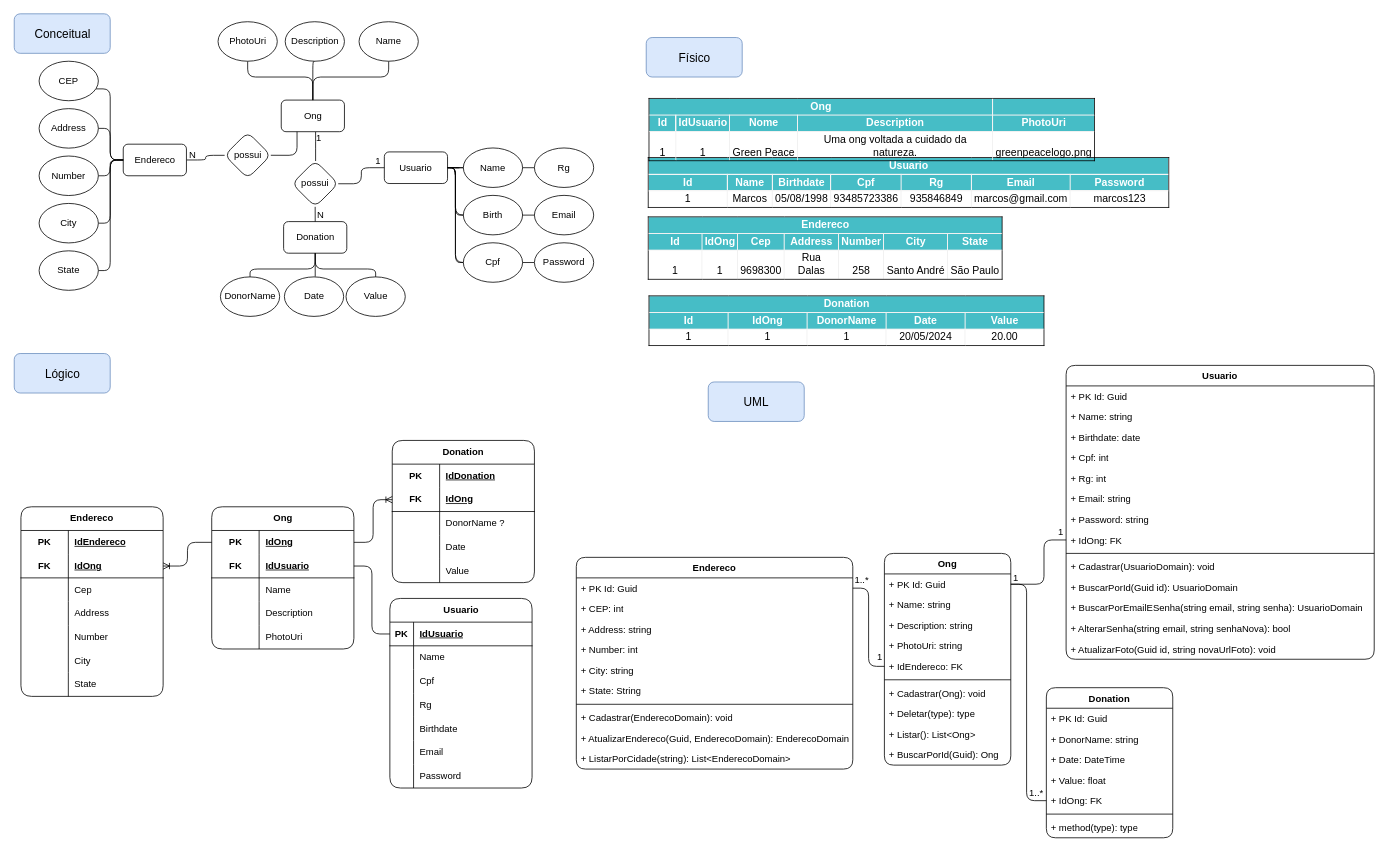
Earlier version of the draw.io diagram diagrama banco hope hand.drawio (guilhermemonte21/hope-hand). Source tidied: cells renumbered, new cells numbered last; positions are measured from the earlier drawing's top-left corner, leaving out a move shared by most shapes. Both pictures are drawn from the tidied source at 79%, with x=0, y=0 at pixel (13, 13).
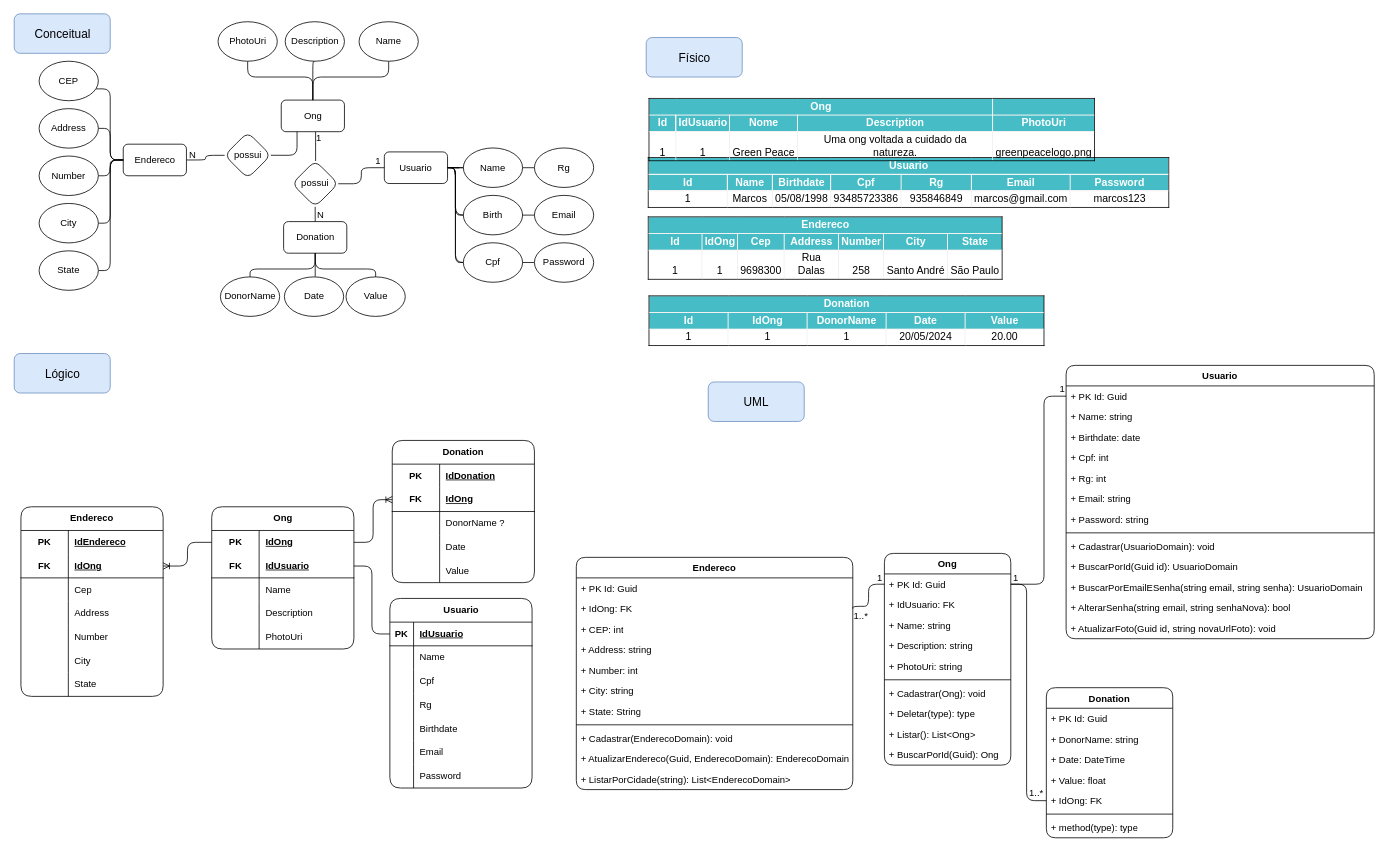
After the change.

Commit message:
Ajustado erros UML

Unchanged cells that the change refers to:
```xml
<mxCell id="2" value="Ong" style="swimlane;fontStyle=1;align=center;verticalAlign=top;horizontal=1;startSize=26;whiteSpace=wrap;html=1;rounded=1;" parent="1" vertex="1">
  <mxGeometry x="1102" y="683" width="160" height="268" as="geometry" />
</mxCell>
<mxCell id="3" value="+ PK Id: Guid" style="text;strokeColor=none;fillColor=none;align=left;verticalAlign=top;spacingLeft=4;spacingRight=4;overflow=hidden;points=[[0,0.5],[1,0.5]];portConstraint=eastwest;whiteSpace=wrap;html=1;rounded=1;" parent="2" vertex="1">
  <mxGeometry y="26" width="160" height="26" as="geometry" />
</mxCell>
<mxCell id="14" value="+ PK Id: Guid" style="text;strokeColor=none;fillColor=none;align=left;verticalAlign=top;spacingLeft=4;spacingRight=4;overflow=hidden;points=[[0,0.5],[1,0.5]];portConstraint=eastwest;whiteSpace=wrap;html=1;rounded=1;" parent="13" vertex="1">
  <mxGeometry y="26" width="350" height="26" as="geometry" />
</mxCell>
<mxCell id="25" value="+ PK Id: Guid" style="text;strokeColor=none;fillColor=none;align=left;verticalAlign=top;spacingLeft=4;spacingRight=4;overflow=hidden;points=[[0,0.5],[1,0.5]];portConstraint=eastwest;whiteSpace=wrap;html=1;rounded=1;" parent="24" vertex="1">
  <mxGeometry y="26" width="390" height="26" as="geometry" />
</mxCell>
```

The edit, as a diff of the source:
```diff
@@
+    <mxCell id="191" value="+ IdUsuario: FK" style="text;strokeColor=none;fillColor=none;align=left;verticalAlign=top;spacingLeft=4;spacingRight=4;overflow=hidden;whiteSpace=wrap;html=1;rounded=1;" parent="2" vertex="1">
+      <mxGeometry y="52" width="160" height="26" as="geometry" />
+    </mxCell>
     <mxCell id="4" value="+ Name: string" style="text;strokeColor=none;fillColor=none;align=left;verticalAlign=top;spacingLeft=4;spacingRight=4;overflow=hidden;whiteSpace=wrap;html=1;rounded=1;" parent="2" vertex="1">
-      <mxGeometry y="52" width="160" height="26" as="geometry" />
+      <mxGeometry y="78" width="160" height="26" as="geometry" />
     </mxCell>
     <mxCell id="5" value="+ Description: string" style="text;strokeColor=none;fillColor=none;align=left;verticalAlign=top;spacingLeft=4;spacingRight=4;overflow=hidden;whiteSpace=wrap;html=1;rounded=1;" parent="2" vertex="1">
-      <mxGeometry y="78" width="160" height="26" as="geometry" />
+      <mxGeometry y="104" width="160" height="26" as="geometry" />
     </mxCell>
     <mxCell id="6" value="+ PhotoUri: string" style="text;strokeColor=none;fillColor=none;align=left;verticalAlign=top;spacingLeft=4;spacingRight=4;overflow=hidden;whiteSpace=wrap;html=1;rounded=1;" parent="2" vertex="1">
-      <mxGeometry y="104" width="160" height="26" as="geometry" />
+      <mxGeometry y="130" width="160" height="26" as="geometry" />
     </mxCell>
-    <mxCell id="7" value="+ IdEndereco: FK" style="text;strokeColor=none;fillColor=none;align=left;verticalAlign=top;spacingLeft=4;spacingRight=4;overflow=hidden;points=[[0,0.5],[1,0.5]];portConstraint=eastwest;whiteSpace=wrap;html=1;rounded=1;" parent="2" vertex="1">
-      <mxGeometry y="130" width="160" height="26" as="geometry" />
-    </mxCell>
@@
     <mxCell id="13" value="Endereco" style="swimlane;fontStyle=1;align=center;verticalAlign=top;horizontal=1;startSize=26;whiteSpace=wrap;html=1;rounded=1;" parent="1" vertex="1">
-      <mxGeometry x="712" y="688" width="350" height="268" as="geometry" />
+      <mxGeometry x="712" y="688" width="350" height="294" as="geometry" />
     </mxCell>
@@
+    <mxCell id="32" value="+ IdOng: FK" style="text;strokeColor=none;fillColor=none;align=left;verticalAlign=top;spacingLeft=4;spacingRight=4;overflow=hidden;points=[[0,0.5],[1,0.5]];portConstraint=eastwest;whiteSpace=wrap;html=1;rounded=1;" parent="13" vertex="1">
+      <mxGeometry y="52" width="350" height="26" as="geometry" />
+    </mxCell>
     <mxCell id="15" value="+ CEP: int" style="text;strokeColor=none;fillColor=none;align=left;verticalAlign=top;spacingLeft=4;spacingRight=4;overflow=hidden;whiteSpace=wrap;html=1;rounded=1;" parent="13" vertex="1">
-      <mxGeometry y="52" width="350" height="26" as="geometry" />
+      <mxGeometry y="78" width="350" height="26" as="geometry" />
     </mxCell>
     <mxCell id="16" value="+ Address: string" style="text;strokeColor=none;fillColor=none;align=left;verticalAlign=top;spacingLeft=4;spacingRight=4;overflow=hidden;whiteSpace=wrap;html=1;rounded=1;" parent="13" vertex="1">
-      <mxGeometry y="78" width="350" height="26" as="geometry" />
+      <mxGeometry y="104" width="350" height="26" as="geometry" />
     </mxCell>
     <mxCell id="17" value="+ Number: int" style="text;strokeColor=none;fillColor=none;align=left;verticalAlign=top;spacingLeft=4;spacingRight=4;overflow=hidden;whiteSpace=wrap;html=1;rounded=1;" parent="13" vertex="1">
-      <mxGeometry y="104" width="350" height="26" as="geometry" />
+      <mxGeometry y="130" width="350" height="26" as="geometry" />
     </mxCell>
     <mxCell id="18" value="+ City: string" style="text;strokeColor=none;fillColor=none;align=left;verticalAlign=top;spacingLeft=4;spacingRight=4;overflow=hidden;whiteSpace=wrap;html=1;rounded=1;" parent="13" vertex="1">
-      <mxGeometry y="130" width="350" height="26" as="geometry" />
+      <mxGeometry y="156" width="350" height="26" as="geometry" />
     </mxCell>
     <mxCell id="19" value="+ State: String" style="text;strokeColor=none;fillColor=none;align=left;verticalAlign=top;spacingLeft=4;spacingRight=4;overflow=hidden;whiteSpace=wrap;html=1;rounded=1;" parent="13" vertex="1">
-      <mxGeometry y="156" width="350" height="26" as="geometry" />
+      <mxGeometry y="182" width="350" height="26" as="geometry" />
     </mxCell>
     <mxCell id="20" style="line;strokeWidth=1;fillColor=none;align=left;verticalAlign=middle;spacingTop=-1;spacingLeft=3;spacingRight=3;labelPosition=right;strokeColor=inherit;rounded=1;" parent="13" vertex="1">
-      <mxGeometry y="182" width="350" height="8" as="geometry" />
+      <mxGeometry y="208" width="350" height="8" as="geometry" />
     </mxCell>
     <mxCell id="21" value="+ Cadastrar(EnderecoDomain): void" style="text;strokeColor=none;fillColor=none;align=left;verticalAlign=top;spacingLeft=4;spacingRight=4;overflow=hidden;whiteSpace=wrap;html=1;rounded=1;" parent="13" vertex="1">
-      <mxGeometry y="190" width="350" height="26" as="geometry" />
+      <mxGeometry y="216" width="350" height="26" as="geometry" />
     </mxCell>
     <mxCell id="22" value="+ AtualizarEndereco(Guid, EnderecoDomain): EnderecoDomain" style="text;strokeColor=none;fillColor=none;align=left;verticalAlign=top;spacingLeft=4;spacingRight=4;overflow=hidden;whiteSpace=wrap;html=1;rounded=1;" parent="13" vertex="1">
-      <mxGeometry y="216" width="350" height="26" as="geometry" />
+      <mxGeometry y="242" width="350" height="26" as="geometry" />
     </mxCell>
     <mxCell id="23" value="+ ListarPorCidade(string): List&amp;lt;EnderecoDomain&amp;gt;" style="text;strokeColor=none;fillColor=none;align=left;verticalAlign=top;spacingLeft=4;spacingRight=4;overflow=hidden;whiteSpace=wrap;html=1;rounded=1;" parent="13" vertex="1">
-      <mxGeometry y="242" width="350" height="26" as="geometry" />
+      <mxGeometry y="268" width="350" height="26" as="geometry" />
     </mxCell>
     <mxCell id="24" value="Usuario" style="swimlane;fontStyle=1;align=center;verticalAlign=top;horizontal=1;startSize=26;whiteSpace=wrap;html=1;rounded=1;" parent="1" vertex="1">
-      <mxGeometry x="1332" y="445" width="390" height="372" as="geometry" />
+      <mxGeometry x="1332" y="445" width="390" height="346" as="geometry" />
     </mxCell>
@@
-    <mxCell id="32" value="+ IdOng: FK" style="text;strokeColor=none;fillColor=none;align=left;verticalAlign=top;spacingLeft=4;spacingRight=4;overflow=hidden;points=[[0,0.5],[1,0.5]];portConstraint=eastwest;whiteSpace=wrap;html=1;rounded=1;" parent="24" vertex="1">
-      <mxGeometry y="208" width="390" height="26" as="geometry" />
-    </mxCell>
     <mxCell id="33" style="line;strokeWidth=1;fillColor=none;align=left;verticalAlign=middle;spacingTop=-1;spacingLeft=3;spacingRight=3;labelPosition=right;strokeColor=inherit;rounded=1;" parent="24" vertex="1">
-      <mxGeometry y="234" width="390" height="8" as="geometry" />
+      <mxGeometry y="208" width="390" height="8" as="geometry" />
     </mxCell>
     <mxCell id="34" value="+ Cadastrar(UsuarioDomain): void" style="text;strokeColor=none;fillColor=none;align=left;verticalAlign=top;spacingLeft=4;spacingRight=4;overflow=hidden;whiteSpace=wrap;html=1;rounded=1;" parent="24" vertex="1">
-      <mxGeometry y="242" width="390" height="26" as="geometry" />
+      <mxGeometry y="216" width="390" height="26" as="geometry" />
     </mxCell>
     <mxCell id="35" value="+ BuscarPorId(Guid id): UsuarioDomain" style="text;strokeColor=none;fillColor=none;align=left;verticalAlign=top;spacingLeft=4;spacingRight=4;overflow=hidden;whiteSpace=wrap;html=1;rounded=1;" parent="24" vertex="1">
-      <mxGeometry y="268" width="390" height="26" as="geometry" />
+      <mxGeometry y="242" width="390" height="26" as="geometry" />
     </mxCell>
     <mxCell id="36" value="+ BuscarPorEmailESenha(string email, string senha): UsuarioDomain" style="text;strokeColor=none;fillColor=none;align=left;verticalAlign=top;spacingLeft=4;spacingRight=4;overflow=hidden;whiteSpace=wrap;html=1;rounded=1;" parent="24" vertex="1">
-      <mxGeometry y="294" width="390" height="26" as="geometry" />
+      <mxGeometry y="268" width="390" height="26" as="geometry" />
     </mxCell>
     <mxCell id="37" value="+ AlterarSenha(string email, string senhaNova): bool" style="text;strokeColor=none;fillColor=none;align=left;verticalAlign=top;spacingLeft=4;spacingRight=4;overflow=hidden;whiteSpace=wrap;html=1;rounded=1;" parent="24" vertex="1">
-      <mxGeometry y="320" width="390" height="26" as="geometry" />
+      <mxGeometry y="294" width="390" height="26" as="geometry" />
     </mxCell>
     <mxCell id="38" value="+ AtualizarFoto(Guid id, string novaUrlFoto): void" style="text;strokeColor=none;fillColor=none;align=left;verticalAlign=top;spacingLeft=4;spacingRight=4;overflow=hidden;whiteSpace=wrap;html=1;rounded=1;" parent="24" vertex="1">
-      <mxGeometry y="346" width="390" height="26" as="geometry" />
+      <mxGeometry y="320" width="390" height="26" as="geometry" />
     </mxCell>
@@
-    <mxCell id="47" style="edgeStyle=orthogonalEdgeStyle;rounded=1;jettySize=auto;html=1;entryX=0;entryY=0.5;entryDx=0;entryDy=0;endArrow=none;endFill=0;" parent="1" edge="1" source="3" target="32">
+    <mxCell id="47" style="edgeStyle=orthogonalEdgeStyle;rounded=1;jettySize=auto;html=1;entryX=0;entryY=0.5;entryDx=0;entryDy=0;endArrow=none;endFill=0;" parent="1" edge="1" source="3" target="25">
       <mxGeometry relative="1" as="geometry">
         <Array as="points">
           <mxPoint x="1304" y="722" />
-          <mxPoint x="1304" y="666" />
+          <mxPoint x="1304" y="484" />
         </Array>
       </mxGeometry>
     </mxCell>
@@
     <mxCell id="49" value="1" style="text;html=1;align=center;verticalAlign=middle;strokeColor=none;fillColor=none;rounded=1;" parent="1" vertex="1">
-      <mxGeometry x="1310" y="641" width="30" height="30" as="geometry" />
+      <mxGeometry x="1312" y="460" width="30" height="30" as="geometry" />
     </mxCell>
-    <mxCell id="50" style="edgeStyle=orthogonalEdgeStyle;rounded=1;jettySize=auto;html=1;entryX=0;entryY=0.5;entryDx=0;entryDy=0;endArrow=none;endFill=0;" parent="1" edge="1" source="14" target="7">
-      <mxGeometry relative="1" as="geometry" />
+    <mxCell id="50" style="edgeStyle=orthogonalEdgeStyle;rounded=1;jettySize=auto;html=1;entryX=0;entryY=0.5;entryDx=0;entryDy=0;endArrow=none;endFill=0;exitX=1;exitY=0.5;exitDx=0;exitDy=0;" parent="1" edge="1" source="32" target="3">
+      <mxGeometry relative="1" as="geometry">
+        <Array as="points">
+          <mxPoint x="1062" y="750" />
+          <mxPoint x="1082" y="750" />
+          <mxPoint x="1082" y="722" />
+        </Array>
+      </mxGeometry>
     </mxCell>
@@
     <mxCell id="62" value="1" style="text;html=1;align=center;verticalAlign=middle;strokeColor=none;fillColor=none;rounded=1;" parent="1" vertex="1">
-      <mxGeometry x="1081.2" y="800" width="30" height="30" as="geometry" />
+      <mxGeometry x="1081.2" y="700" width="30" height="30" as="geometry" />
     </mxCell>
     <mxCell id="63" value="1..*" style="text;html=1;align=center;verticalAlign=middle;strokeColor=none;fillColor=none;rounded=1;" parent="1" vertex="1">
-      <mxGeometry x="1053" y="702" width="40" height="30" as="geometry" />
+      <mxGeometry x="1052" y="748" width="40" height="30" as="geometry" />
     </mxCell>
```
